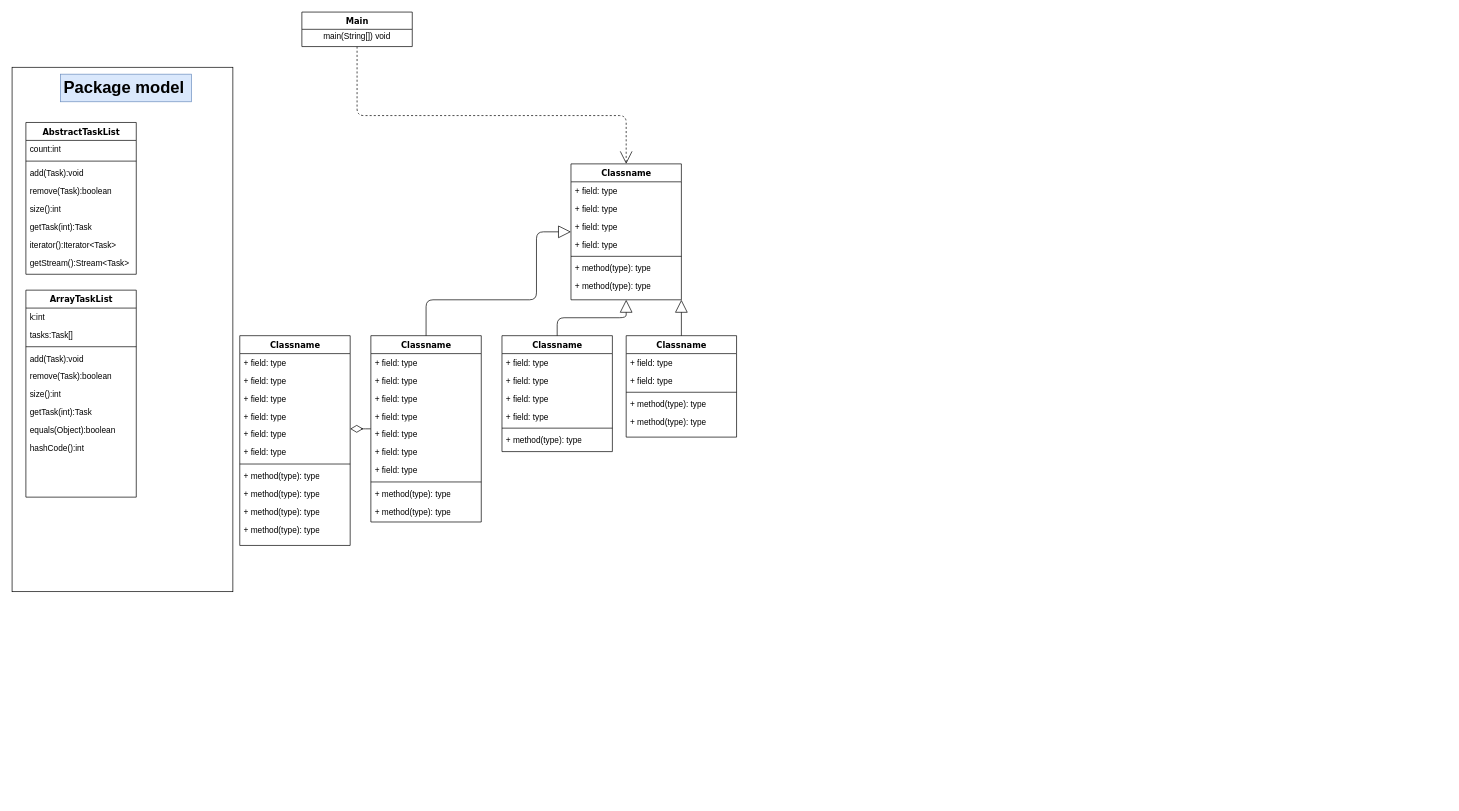
Maxuha/NCTaskManager keeps this draw.io diagram as Untitled Diagram.drawio. Above is the earlier version. Source tidied: cells renumbered, new cells numbered last; positions are measured from the earlier drawing's top-left corner, leaving out a move shared by most shapes. Both pictures are drawn from the tidied source at 69%, with x=0, y=0 at pixel (12, 12).
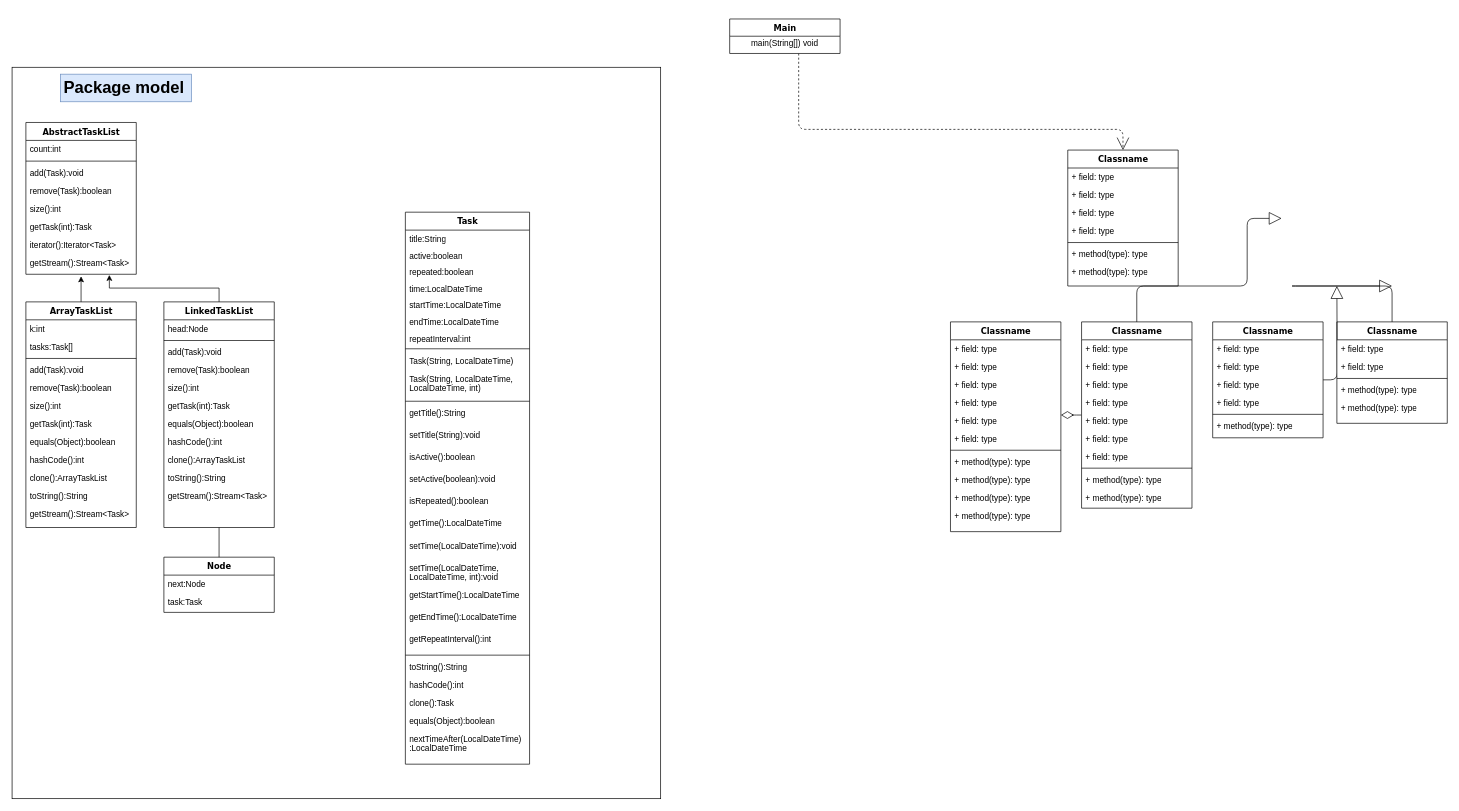
The same page after the edit.

The change refers to these unchanged cells:
```xml
<mxCell id="11" value="getStream():Stream&amp;lt;Task&amp;gt;" style="text;html=1;strokeColor=none;fillColor=none;align=left;verticalAlign=top;spacingLeft=4;spacingRight=4;whiteSpace=wrap;overflow=hidden;points=[[0,0.5],[1,0.5]];portConstraint=eastwest;" parent="3" vertex="1">
  <mxGeometry y="190" width="160" height="26" as="geometry" />
</mxCell>
```

What changed in the source:
```diff
@@
     <mxCell id="2" style="rounded=0;whiteSpace=wrap;html=1;glass=0;" parent="1" vertex="1">
-      <mxGeometry y="80" width="320" height="760" as="geometry" />
+      <mxGeometry y="80" width="940" height="1060" as="geometry" />
     </mxCell>
@@
     <mxCell id="12" style="edgeStyle=elbowEdgeStyle;html=1;labelBackgroundColor=none;startFill=0;startSize=8;endArrow=open;endFill=0;endSize=16;fontFamily=Verdana;fontSize=12;elbow=vertical;dashed=1;" parent="1" edge="1" source="13" target="15">
       <mxGeometry relative="1" as="geometry">
         <Array as="points">
-          <mxPoint x="500" y="150" />
+          <mxPoint x="1140" y="170" />
         </Array>
       </mxGeometry>
     </mxCell>
     <mxCell id="13" value="Main" style="swimlane;html=1;fontStyle=1;align=center;verticalAlign=top;horizontal=1;startSize=25;swimlaneFillColor=#ffffff;rounded=0;shadow=0;comic=0;labelBackgroundColor=none;strokeWidth=1;fillColor=none;fontFamily=Verdana;fontSize=12;" parent="1" vertex="1">
-      <mxGeometry x="420" width="160" height="50" as="geometry" />
+      <mxGeometry x="1040" y="10" width="160" height="50" as="geometry" />
     </mxCell>
@@
     <mxCell id="15" value="Classname" style="swimlane;html=1;fontStyle=1;align=center;verticalAlign=top;horizontal=1;startSize=26;swimlaneFillColor=#ffffff;rounded=0;shadow=0;comic=0;labelBackgroundColor=none;strokeWidth=1;fillColor=none;fontFamily=Verdana;fontSize=12;" parent="1" vertex="1">
-      <mxGeometry x="810" y="220" width="160" height="197" as="geometry" />
+      <mxGeometry x="1530" y="200" width="160" height="197" as="geometry" />
     </mxCell>
@@
+    <mxCell id="74" style="edgeStyle=orthogonalEdgeStyle;rounded=0;jettySize=auto;html=1;exitX=0.5;exitY=0;exitDx=0;exitDy=0;" parent="1" edge="1" source="23">
+      <mxGeometry relative="1" as="geometry">
+        <mxPoint x="100" y="383" as="targetPoint" />
+      </mxGeometry>
+    </mxCell>
     <mxCell id="23" value="ArrayTaskList" style="swimlane;html=1;fontStyle=1;align=center;verticalAlign=top;horizontal=1;startSize=26;swimlaneFillColor=#ffffff;rounded=0;shadow=0;comic=0;labelBackgroundColor=none;strokeWidth=1;fillColor=none;fontFamily=Verdana;fontSize=12;" parent="1" vertex="1">
-      <mxGeometry x="20" y="403" width="160" height="300" as="geometry" />
+      <mxGeometry x="20" y="420" width="160" height="327" as="geometry" />
     </mxCell>
@@
+    <mxCell id="75" value="clone():ArrayTaskList" style="text;html=1;strokeColor=none;fillColor=none;align=left;verticalAlign=top;spacingLeft=4;spacingRight=4;whiteSpace=wrap;overflow=hidden;" parent="23" vertex="1">
+      <mxGeometry y="242" width="160" height="26" as="geometry" />
+    </mxCell>
+    <mxCell id="76" value="toString():String" style="text;html=1;strokeColor=none;fillColor=none;align=left;verticalAlign=top;spacingLeft=4;spacingRight=4;whiteSpace=wrap;overflow=hidden;" parent="23" vertex="1">
+      <mxGeometry y="268" width="160" height="26" as="geometry" />
+    </mxCell>
+    <mxCell id="77" value="getStream():Stream&amp;lt;Task&amp;gt;" style="text;html=1;strokeColor=none;fillColor=none;align=left;verticalAlign=top;spacingLeft=4;spacingRight=4;whiteSpace=wrap;overflow=hidden;" parent="23" vertex="1">
+      <mxGeometry y="294" width="160" height="26" as="geometry" />
+    </mxCell>
@@
     <mxCell id="34" value="Classname" style="swimlane;html=1;fontStyle=1;align=center;verticalAlign=top;horizontal=1;startSize=26;swimlaneFillColor=#ffffff;rounded=0;shadow=0;comic=0;labelBackgroundColor=none;strokeWidth=1;fillColor=none;fontFamily=Verdana;fontSize=12;" parent="1" vertex="1">
-      <mxGeometry x="330" y="469" width="160" height="304" as="geometry" />
+      <mxGeometry x="1360" y="449" width="160" height="304" as="geometry" />
     </mxCell>
@@
-    <mxCell id="46" style="edgeStyle=orthogonalEdgeStyle;html=1;labelBackgroundColor=none;startFill=0;startSize=8;endArrow=block;endFill=0;endSize=16;fontFamily=Verdana;fontSize=12;" parent="1" edge="1" source="47" target="15">
+    <mxCell id="46" style="edgeStyle=orthogonalEdgeStyle;html=1;labelBackgroundColor=none;startFill=0;startSize=8;endArrow=block;endFill=0;endSize=16;fontFamily=Verdana;fontSize=12;" parent="1" edge="1" source="47">
       <mxGeometry relative="1" as="geometry">
+        <mxPoint x="1840" y="299" as="targetPoint" />
         <Array as="points">
-          <mxPoint x="600" y="417" />
-          <mxPoint x="760" y="417" />
+          <mxPoint x="1630" y="397" />
+          <mxPoint x="1790" y="397" />
         </Array>
       </mxGeometry>
     </mxCell>
     <mxCell id="47" value="Classname" style="swimlane;html=1;fontStyle=1;align=center;verticalAlign=top;horizontal=1;startSize=26;swimlaneFillColor=#ffffff;rounded=0;shadow=0;comic=0;labelBackgroundColor=none;strokeWidth=1;fillColor=none;fontFamily=Verdana;fontSize=12;" parent="1" vertex="1">
-      <mxGeometry x="520" y="469" width="160" height="270" as="geometry" />
+      <mxGeometry x="1550" y="449" width="160" height="270" as="geometry" />
     </mxCell>
@@
-    <mxCell id="58" style="edgeStyle=orthogonalEdgeStyle;html=1;labelBackgroundColor=none;startFill=0;startSize=8;endArrow=block;endFill=0;endSize=16;fontFamily=Verdana;fontSize=12;" parent="1" edge="1" source="59" target="15">
-      <mxGeometry relative="1" as="geometry" />
+    <mxCell id="58" style="edgeStyle=orthogonalEdgeStyle;html=1;labelBackgroundColor=none;startFill=0;startSize=8;endArrow=block;endFill=0;endSize=16;fontFamily=Verdana;fontSize=12;" parent="1" edge="1" source="59">
+      <mxGeometry relative="1" as="geometry">
+        <mxPoint x="1920" y="397" as="targetPoint" />
+      </mxGeometry>
     </mxCell>
     <mxCell id="59" value="Classname" style="swimlane;html=1;fontStyle=1;align=center;verticalAlign=top;horizontal=1;startSize=26;swimlaneFillColor=#ffffff;rounded=0;shadow=0;comic=0;labelBackgroundColor=none;strokeWidth=1;fillColor=none;fontFamily=Verdana;fontSize=12;" parent="1" vertex="1">
-      <mxGeometry x="710" y="469" width="160" height="168" as="geometry" />
+      <mxGeometry x="1740" y="449" width="160" height="168" as="geometry" />
     </mxCell>
@@
-    <mxCell id="66" style="edgeStyle=orthogonalEdgeStyle;html=1;labelBackgroundColor=none;startFill=0;startSize=8;endArrow=block;endFill=0;endSize=16;fontFamily=Verdana;fontSize=12;" parent="1" edge="1" source="67" target="15">
+    <mxCell id="66" style="edgeStyle=orthogonalEdgeStyle;html=1;labelBackgroundColor=none;startFill=0;startSize=8;endArrow=block;endFill=0;endSize=16;fontFamily=Verdana;fontSize=12;" parent="1" edge="1" source="67">
       <mxGeometry relative="1" as="geometry">
+        <mxPoint x="2000" y="397" as="targetPoint" />
         <Array as="points">
-          <mxPoint x="970" y="417" />
-          <mxPoint x="820" y="417" />
+          <mxPoint x="2000" y="397" />
+          <mxPoint x="1850" y="397" />
         </Array>
       </mxGeometry>
     </mxCell>
     <mxCell id="67" value="Classname" style="swimlane;html=1;fontStyle=1;align=center;verticalAlign=top;horizontal=1;startSize=26;swimlaneFillColor=#ffffff;rounded=0;shadow=0;comic=0;labelBackgroundColor=none;strokeWidth=1;fillColor=none;fontFamily=Verdana;fontSize=12;" parent="1" vertex="1">
-      <mxGeometry x="890" y="469" width="160" height="147" as="geometry" />
+      <mxGeometry x="1920" y="449" width="160" height="147" as="geometry" />
     </mxCell>
@@
+    <mxCell id="78" style="edgeStyle=orthogonalEdgeStyle;rounded=0;jettySize=auto;html=1;entryX=0.756;entryY=1.192;entryDx=0;entryDy=0;entryPerimeter=0;" parent="1" edge="1" source="79" target="11">
+      <mxGeometry relative="1" as="geometry">
+        <Array as="points">
+          <mxPoint x="300" y="400" />
+          <mxPoint x="141" y="400" />
+        </Array>
+      </mxGeometry>
+    </mxCell>
+    <mxCell id="79" value="LinkedTaskList" style="swimlane;html=1;fontStyle=1;align=center;verticalAlign=top;horizontal=1;startSize=26;swimlaneFillColor=#ffffff;rounded=0;shadow=0;comic=0;labelBackgroundColor=none;strokeWidth=1;fillColor=none;fontFamily=Verdana;fontSize=12;" parent="1" vertex="1">
+      <mxGeometry x="220" y="420" width="160" height="327" as="geometry" />
+    </mxCell>
+    <mxCell id="80" value="head:Node" style="text;html=1;strokeColor=none;fillColor=none;align=left;verticalAlign=top;spacingLeft=4;spacingRight=4;whiteSpace=wrap;overflow=hidden;" parent="79" vertex="1">
+      <mxGeometry y="26" width="160" height="26" as="geometry" />
+    </mxCell>
+    <mxCell id="81" style="line;html=1;strokeWidth=1;fillColor=none;align=left;verticalAlign=middle;spacingTop=-1;spacingLeft=3;spacingRight=3;labelPosition=right;" parent="79" vertex="1">
+      <mxGeometry y="52" width="160" height="8" as="geometry" />
+    </mxCell>
+    <mxCell id="82" value="add(Task):void" style="text;html=1;strokeColor=none;fillColor=none;align=left;verticalAlign=top;spacingLeft=4;spacingRight=4;whiteSpace=wrap;overflow=hidden;" parent="79" vertex="1">
+      <mxGeometry y="60" width="160" height="26" as="geometry" />
+    </mxCell>
+    <mxCell id="83" value="remove(Task):boolean" style="text;html=1;strokeColor=none;fillColor=none;align=left;verticalAlign=top;spacingLeft=4;spacingRight=4;whiteSpace=wrap;overflow=hidden;" parent="79" vertex="1">
+      <mxGeometry y="86" width="160" height="26" as="geometry" />
+    </mxCell>
+    <mxCell id="84" value="size():int" style="text;html=1;strokeColor=none;fillColor=none;align=left;verticalAlign=top;spacingLeft=4;spacingRight=4;whiteSpace=wrap;overflow=hidden;" parent="79" vertex="1">
+      <mxGeometry y="112" width="160" height="26" as="geometry" />
+    </mxCell>
+    <mxCell id="85" value="getTask(int):Task" style="text;html=1;strokeColor=none;fillColor=none;align=left;verticalAlign=top;spacingLeft=4;spacingRight=4;whiteSpace=wrap;overflow=hidden;" parent="79" vertex="1">
+      <mxGeometry y="138" width="160" height="26" as="geometry" />
+    </mxCell>
+    <mxCell id="86" value="equals(Object):boolean" style="text;html=1;strokeColor=none;fillColor=none;align=left;verticalAlign=top;spacingLeft=4;spacingRight=4;whiteSpace=wrap;overflow=hidden;" parent="79" vertex="1">
+      <mxGeometry y="164" width="160" height="26" as="geometry" />
+    </mxCell>
+    <mxCell id="87" value="hashCode():int" style="text;html=1;strokeColor=none;fillColor=none;align=left;verticalAlign=top;spacingLeft=4;spacingRight=4;whiteSpace=wrap;overflow=hidden;" parent="79" vertex="1">
+      <mxGeometry y="190" width="160" height="26" as="geometry" />
+    </mxCell>
+    <mxCell id="88" value="clone():ArrayTaskList" style="text;html=1;strokeColor=none;fillColor=none;align=left;verticalAlign=top;spacingLeft=4;spacingRight=4;whiteSpace=wrap;overflow=hidden;" parent="79" vertex="1">
+      <mxGeometry y="216" width="160" height="26" as="geometry" />
+    </mxCell>
+    <mxCell id="89" value="toString():String" style="text;html=1;strokeColor=none;fillColor=none;align=left;verticalAlign=top;spacingLeft=4;spacingRight=4;whiteSpace=wrap;overflow=hidden;" parent="79" vertex="1">
+      <mxGeometry y="242" width="160" height="26" as="geometry" />
+    </mxCell>
+    <mxCell id="90" value="getStream():Stream&amp;lt;Task&amp;gt;" style="text;html=1;strokeColor=none;fillColor=none;align=left;verticalAlign=top;spacingLeft=4;spacingRight=4;whiteSpace=wrap;overflow=hidden;" parent="79" vertex="1">
+      <mxGeometry y="268" width="160" height="26" as="geometry" />
+    </mxCell>
+    <mxCell id="91" value="Node" style="swimlane;html=1;fontStyle=1;align=center;verticalAlign=top;horizontal=1;startSize=26;swimlaneFillColor=#ffffff;rounded=0;shadow=0;comic=0;labelBackgroundColor=none;strokeWidth=1;fillColor=none;fontFamily=Verdana;fontSize=12;" parent="1" vertex="1">
+      <mxGeometry x="220" y="790" width="160" height="80" as="geometry" />
+    </mxCell>
+    <mxCell id="92" value="next:Node" style="text;html=1;strokeColor=none;fillColor=none;align=left;verticalAlign=top;spacingLeft=4;spacingRight=4;whiteSpace=wrap;overflow=hidden;" parent="91" vertex="1">
+      <mxGeometry y="26" width="160" height="26" as="geometry" />
+    </mxCell>
+    <mxCell id="93" value="task:Task" style="text;html=1;strokeColor=none;fillColor=none;align=left;verticalAlign=top;spacingLeft=4;spacingRight=4;whiteSpace=wrap;overflow=hidden;" parent="91" vertex="1">
+      <mxGeometry y="52" width="160" height="26" as="geometry" />
+    </mxCell>
+    <mxCell id="94" style="endArrow=none;html=1;exitX=0.5;exitY=0;exitDx=0;exitDy=0;entryX=0.5;entryY=1;entryDx=0;entryDy=0;" parent="1" edge="1" source="91" target="79">
+      <mxGeometry relative="1" as="geometry" />
+    </mxCell>
+    <mxCell id="95" value="Task" style="swimlane;html=1;fontStyle=1;align=center;verticalAlign=top;horizontal=1;startSize=26;swimlaneFillColor=#ffffff;rounded=0;shadow=0;comic=0;labelBackgroundColor=none;strokeWidth=1;fillColor=none;fontFamily=Verdana;fontSize=12;" parent="1" vertex="1">
+      <mxGeometry x="570" y="290" width="180" height="800" as="geometry" />
+    </mxCell>
+    <mxCell id="96" value="title:String" style="text;html=1;strokeColor=none;fillColor=none;align=left;verticalAlign=top;spacingLeft=4;spacingRight=4;whiteSpace=wrap;overflow=hidden;" parent="95" vertex="1">
+      <mxGeometry y="26" width="180" height="24" as="geometry" />
+    </mxCell>
+    <mxCell id="97" value="active:boolean" style="text;html=1;strokeColor=none;fillColor=none;align=left;verticalAlign=top;spacingLeft=4;spacingRight=4;whiteSpace=wrap;overflow=hidden;" parent="95" vertex="1">
+      <mxGeometry y="50" width="180" height="24" as="geometry" />
+    </mxCell>
+    <mxCell id="98" value="repeated:boolean" style="text;html=1;strokeColor=none;fillColor=none;align=left;verticalAlign=top;spacingLeft=4;spacingRight=4;whiteSpace=wrap;overflow=hidden;" parent="95" vertex="1">
+      <mxGeometry y="74" width="180" height="24" as="geometry" />
+    </mxCell>
+    <mxCell id="99" value="time:LocalDateTime" style="text;html=1;strokeColor=none;fillColor=none;align=left;verticalAlign=top;spacingLeft=4;spacingRight=4;whiteSpace=wrap;overflow=hidden;" parent="95" vertex="1">
+      <mxGeometry y="98" width="180" height="24" as="geometry" />
+    </mxCell>
+    <mxCell id="100" value="startTime:LocalDateTime" style="text;html=1;strokeColor=none;fillColor=none;align=left;verticalAlign=top;spacingLeft=4;spacingRight=4;whiteSpace=wrap;overflow=hidden;" parent="95" vertex="1">
+      <mxGeometry y="122" width="180" height="24" as="geometry" />
+    </mxCell>
+    <mxCell id="101" value="endTime:LocalDateTime" style="text;html=1;strokeColor=none;fillColor=none;align=left;verticalAlign=top;spacingLeft=4;spacingRight=4;whiteSpace=wrap;overflow=hidden;" parent="95" vertex="1">
+      <mxGeometry y="146" width="180" height="24" as="geometry" />
+    </mxCell>
+    <mxCell id="102" value="repeatInterval:int" style="text;html=1;strokeColor=none;fillColor=none;align=left;verticalAlign=top;spacingLeft=4;spacingRight=4;whiteSpace=wrap;overflow=hidden;" parent="95" vertex="1">
+      <mxGeometry y="170" width="180" height="24" as="geometry" />
+    </mxCell>
+    <mxCell id="103" style="line;html=1;strokeWidth=1;fillColor=none;align=left;verticalAlign=middle;spacingTop=-1;spacingLeft=3;spacingRight=3;labelPosition=right;" parent="95" vertex="1">
+      <mxGeometry y="194" width="180" height="8" as="geometry" />
+    </mxCell>
+    <mxCell id="104" value="Task(String, LocalDateTime)" style="text;html=1;strokeColor=none;fillColor=none;align=left;verticalAlign=top;spacingLeft=4;spacingRight=4;whiteSpace=wrap;overflow=hidden;" parent="95" vertex="1">
+      <mxGeometry y="202" width="180" height="26" as="geometry" />
+    </mxCell>
+    <mxCell id="105" value="Task(String, LocalDateTime, LocalDateTime, int)" style="text;html=1;strokeColor=none;fillColor=none;align=left;verticalAlign=top;spacingLeft=4;spacingRight=4;whiteSpace=wrap;overflow=hidden;" parent="95" vertex="1">
+      <mxGeometry y="228" width="180" height="42" as="geometry" />
+    </mxCell>
+    <mxCell id="106" style="line;html=1;strokeWidth=1;fillColor=none;align=left;verticalAlign=middle;spacingTop=-1;spacingLeft=3;spacingRight=3;labelPosition=right;" parent="95" vertex="1">
+      <mxGeometry y="270" width="180" height="8" as="geometry" />
+    </mxCell>
+    <mxCell id="107" value="getTitle():String" style="text;html=1;strokeColor=none;fillColor=none;align=left;verticalAlign=top;spacingLeft=4;spacingRight=4;whiteSpace=wrap;overflow=hidden;" parent="95" vertex="1">
+      <mxGeometry y="278" width="180" height="32" as="geometry" />
+    </mxCell>
+    <mxCell id="108" value="setTitle(String):void" style="text;html=1;strokeColor=none;fillColor=none;align=left;verticalAlign=top;spacingLeft=4;spacingRight=4;whiteSpace=wrap;overflow=hidden;" parent="95" vertex="1">
+      <mxGeometry y="310" width="180" height="32" as="geometry" />
+    </mxCell>
+    <mxCell id="109" value="isActive():boolean" style="text;html=1;strokeColor=none;fillColor=none;align=left;verticalAlign=top;spacingLeft=4;spacingRight=4;whiteSpace=wrap;overflow=hidden;" parent="95" vertex="1">
+      <mxGeometry y="342" width="180" height="32" as="geometry" />
+    </mxCell>
+    <mxCell id="110" value="setActive(boolean):void" style="text;html=1;strokeColor=none;fillColor=none;align=left;verticalAlign=top;spacingLeft=4;spacingRight=4;whiteSpace=wrap;overflow=hidden;" parent="95" vertex="1">
+      <mxGeometry y="374" width="180" height="32" as="geometry" />
+    </mxCell>
+    <mxCell id="111" value="isRepeated():boolean" style="text;html=1;strokeColor=none;fillColor=none;align=left;verticalAlign=top;spacingLeft=4;spacingRight=4;whiteSpace=wrap;overflow=hidden;" parent="95" vertex="1">
+      <mxGeometry y="406" width="180" height="32" as="geometry" />
+    </mxCell>
+    <mxCell id="112" value="getTime():LocalDateTime" style="text;html=1;strokeColor=none;fillColor=none;align=left;verticalAlign=top;spacingLeft=4;spacingRight=4;whiteSpace=wrap;overflow=hidden;" parent="95" vertex="1">
+      <mxGeometry y="438" width="180" height="32" as="geometry" />
+    </mxCell>
+    <mxCell id="113" value="setTime(LocalDateTime):void" style="text;html=1;strokeColor=none;fillColor=none;align=left;verticalAlign=top;spacingLeft=4;spacingRight=4;whiteSpace=wrap;overflow=hidden;" parent="95" vertex="1">
+      <mxGeometry y="470" width="180" height="32" as="geometry" />
+    </mxCell>
+    <mxCell id="114" value="setTime(LocalDateTime, LocalDateTime, int):void" style="text;html=1;strokeColor=none;fillColor=none;align=left;verticalAlign=top;spacingLeft=4;spacingRight=4;whiteSpace=wrap;overflow=hidden;" parent="95" vertex="1">
+      <mxGeometry y="502" width="180" height="40" as="geometry" />
+    </mxCell>
+    <mxCell id="115" value="getStartTime():LocalDateTime" style="text;html=1;strokeColor=none;fillColor=none;align=left;verticalAlign=top;spacingLeft=4;spacingRight=4;whiteSpace=wrap;overflow=hidden;" parent="95" vertex="1">
+      <mxGeometry y="542" width="180" height="32" as="geometry" />
+    </mxCell>
+    <mxCell id="116" value="getEndTime():LocalDateTime" style="text;html=1;strokeColor=none;fillColor=none;align=left;verticalAlign=top;spacingLeft=4;spacingRight=4;whiteSpace=wrap;overflow=hidden;" parent="95" vertex="1">
+      <mxGeometry y="574" width="180" height="32" as="geometry" />
+    </mxCell>
+    <mxCell id="117" value="getRepeatInterval():int" style="text;html=1;strokeColor=none;fillColor=none;align=left;verticalAlign=top;spacingLeft=4;spacingRight=4;whiteSpace=wrap;overflow=hidden;" parent="95" vertex="1">
+      <mxGeometry y="606" width="180" height="32" as="geometry" />
+    </mxCell>
+    <mxCell id="118" style="line;html=1;strokeWidth=1;fillColor=none;align=left;verticalAlign=middle;spacingTop=-1;spacingLeft=3;spacingRight=3;labelPosition=right;" parent="95" vertex="1">
+      <mxGeometry y="638" width="180" as="geometry" />
+    </mxCell>
+    <mxCell id="119" style="line;html=1;strokeWidth=1;fillColor=none;align=left;verticalAlign=middle;spacingTop=-1;spacingLeft=3;spacingRight=3;labelPosition=right;" parent="95" vertex="1">
+      <mxGeometry y="638" width="180" height="8" as="geometry" />
+    </mxCell>
+    <mxCell id="120" value="toString():String" style="text;html=1;strokeColor=none;fillColor=none;align=left;verticalAlign=top;spacingLeft=4;spacingRight=4;whiteSpace=wrap;overflow=hidden;" parent="95" vertex="1">
+      <mxGeometry y="646" width="180" height="26" as="geometry" />
+    </mxCell>
+    <mxCell id="121" value="hashCode():int" style="text;html=1;strokeColor=none;fillColor=none;align=left;verticalAlign=top;spacingLeft=4;spacingRight=4;whiteSpace=wrap;overflow=hidden;" parent="95" vertex="1">
+      <mxGeometry y="672" width="180" height="26" as="geometry" />
+    </mxCell>
+    <mxCell id="122" value="clone():Task" style="text;html=1;strokeColor=none;fillColor=none;align=left;verticalAlign=top;spacingLeft=4;spacingRight=4;whiteSpace=wrap;overflow=hidden;" parent="95" vertex="1">
+      <mxGeometry y="698" width="180" height="26" as="geometry" />
+    </mxCell>
+    <mxCell id="123" value="equals(Object):boolean" style="text;html=1;strokeColor=none;fillColor=none;align=left;verticalAlign=top;spacingLeft=4;spacingRight=4;whiteSpace=wrap;overflow=hidden;" parent="95" vertex="1">
+      <mxGeometry y="724" width="180" height="26" as="geometry" />
+    </mxCell>
+    <mxCell id="124" value="nextTimeAfter(LocalDateTime)&lt;br&gt;:LocalDateTime" style="text;html=1;strokeColor=none;fillColor=none;align=left;verticalAlign=top;spacingLeft=4;spacingRight=4;whiteSpace=wrap;overflow=hidden;" parent="95" vertex="1">
+      <mxGeometry y="750" width="180" height="40" as="geometry" />
+    </mxCell>
```
